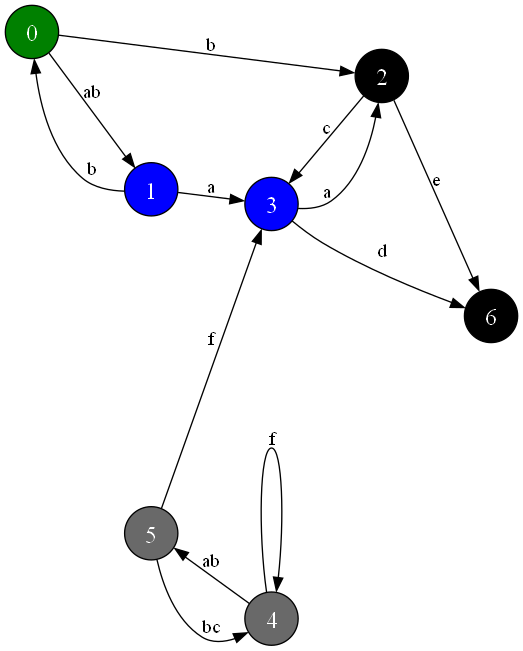
Before: automate.png, a diagram exported from Graphviz (HeriniavoFaly/Automate). Its source is kept beside it as automate.dot.
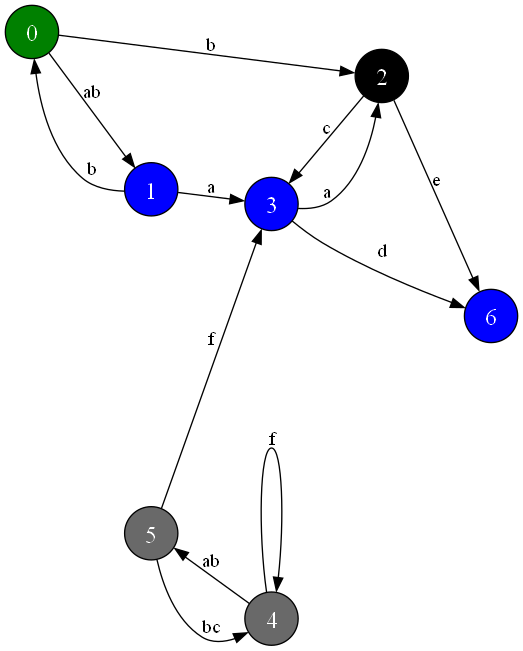
Later version of the same file.

Diff of the diagram source:
```diff
@@ -17,6 +17,7 @@
 	0[fillcolor="webgreen"]
 	1[fillcolor="blue"]
 	3[fillcolor="blue"]
+	6[fillcolor="blue"]
 	5[fillcolor="dimgray"]
 	4[fillcolor="dimgray"]
 }
```
